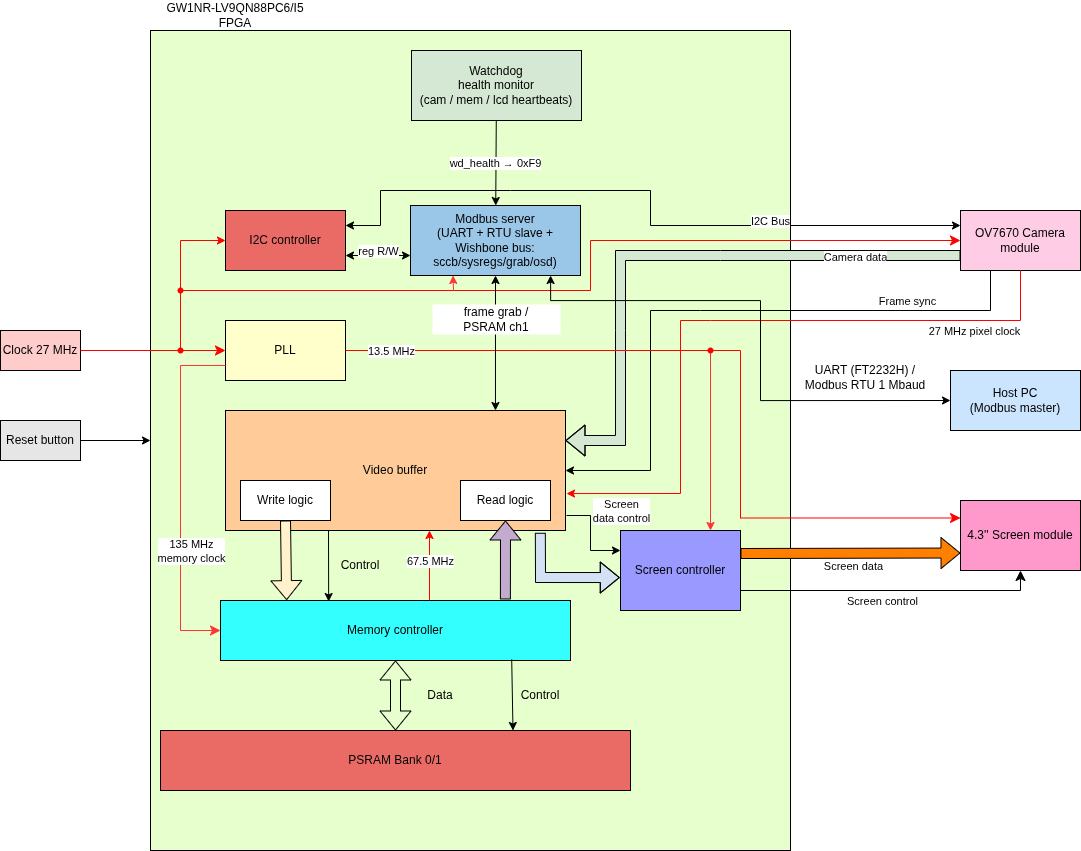
Above: doc/images/system_structure.drawio.png in phoenix367/tang_nano_9K_ov7670 (draw.io), before the change. Source tidied: cells renumbered, new cells last; positions are measured from the earlier drawing's top-left corner, leaving out a move shared by most shapes.
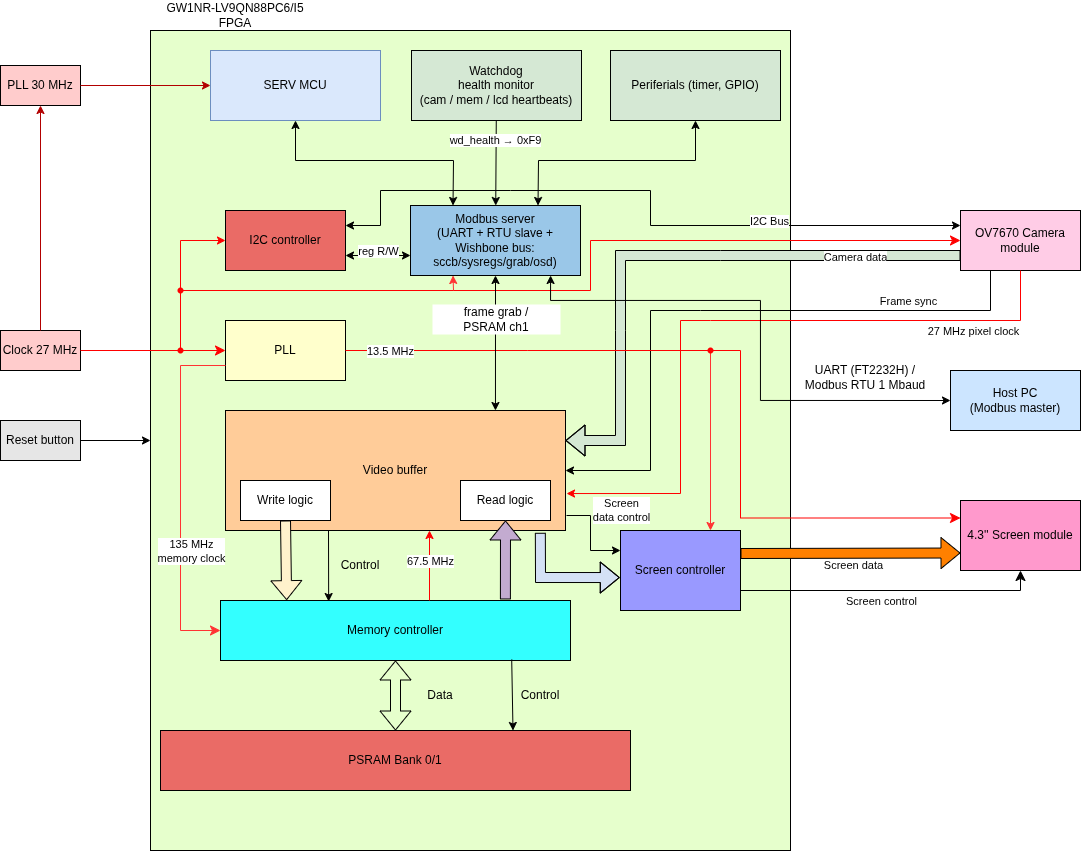
The same file after the commit.

The edit, as a diff of the source:
```diff
@@ -305,7 +305,38 @@
       <mxGeometry x="411" y="50" width="170" height="70" as="geometry" />
     </mxCell>
     <mxCell id="67" value="wd_health → 0xF9" style="endArrow=classic;html=1;rounded=0;" parent="1" edge="1" source="66" target="54">
-      <mxGeometry relative="1" as="geometry" />
+      <mxGeometry x="-0.53" y="-1" relative="1" as="geometry" />
     </mxCell>
+    <mxCell id="68" value="PLL 30 MHz" style="rounded=0;whiteSpace=wrap;html=1;fillColor=#FFCCCC;" parent="1" vertex="1">
+      <mxGeometry y="65" width="80" height="40" as="geometry" />
+    </mxCell>
+    <mxCell id="69" value="SERV MCU" style="rounded=0;whiteSpace=wrap;html=1;fillColor=#dae8fc;strokeColor=#6c8ebf;" parent="1" vertex="1">
+      <mxGeometry x="210" y="50" width="170" height="70" as="geometry" />
+    </mxCell>
+    <mxCell id="70" style="endArrow=classic;html=1;rounded=0;exitX=0.5;exitY=1;exitDx=0;exitDy=0;entryX=0.25;entryY=0;entryDx=0;entryDy=0;startArrow=classic;startFill=1;" parent="1" edge="1" source="69" target="54">
+      <mxGeometry relative="1" as="geometry">
+        <Array as="points">
+          <mxPoint x="295" y="160" />
+          <mxPoint x="453" y="160" />
+        </Array>
+      </mxGeometry>
+    </mxCell>
+    <mxCell id="71" style="endArrow=classic;html=1;rounded=0;exitX=1;exitY=0.5;exitDx=0;exitDy=0;entryX=0;entryY=0.5;entryDx=0;entryDy=0;fillColor=#e51400;strokeColor=#B20000;" parent="1" edge="1" source="68" target="69">
+      <mxGeometry relative="1" as="geometry" />
+    </mxCell>
+    <mxCell id="72" style="endArrow=classic;html=1;rounded=0;exitX=0.5;exitY=0;exitDx=0;exitDy=0;entryX=0.5;entryY=1;entryDx=0;entryDy=0;fillColor=#e51400;strokeColor=#B20000;" parent="1" edge="1" source="2" target="68">
+      <mxGeometry relative="1" as="geometry" />
+    </mxCell>
+    <mxCell id="73" value="Periferials (timer, GPIO)" style="rounded=0;whiteSpace=wrap;html=1;fillColor=#D5E8D4;" parent="1" vertex="1">
+      <mxGeometry x="610" y="50" width="170" height="70" as="geometry" />
+    </mxCell>
+    <mxCell id="74" style="endArrow=classic;startArrow=classic;html=1;rounded=0;exitX=0.75;exitY=0;exitDx=0;exitDy=0;entryX=0.5;entryY=1;entryDx=0;entryDy=0;" parent="1" edge="1" source="54" target="73">
+      <mxGeometry relative="1" as="geometry">
+        <Array as="points">
+          <mxPoint x="538" y="160" />
+          <mxPoint x="695" y="160" />
+        </Array>
+      </mxGeometry>
+    </mxCell>
   </root>
 </mxGraphModel>
```
